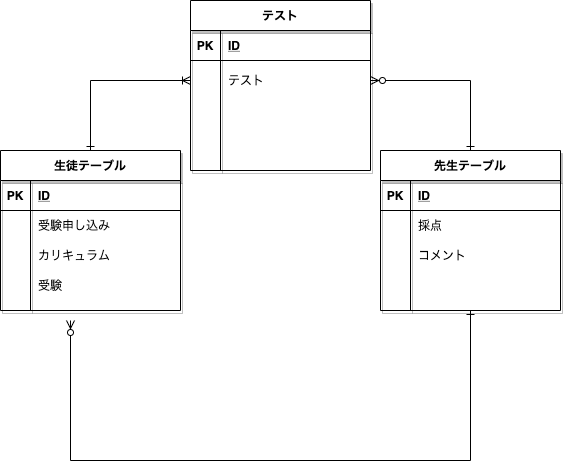
This is indesx.drawio.png from oninopantsu/diagrams.net, a draw.io export, as it was before one commit. Source tidied: cells renumbered, new cells last; positions are measured from the earlier drawing's top-left corner, leaving out a move shared by most shapes.
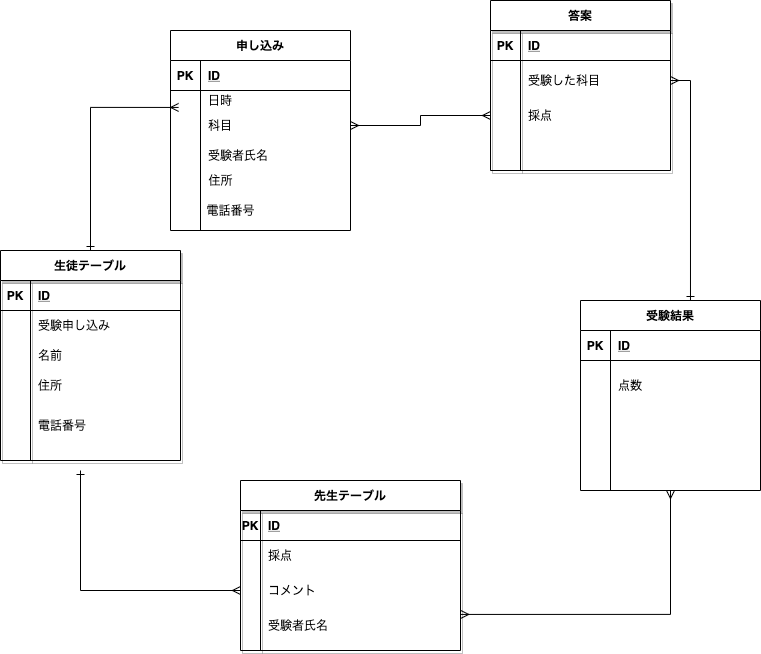
The same file after the commit.

What changed in the source:
```diff
@@ -2,59 +2,50 @@
   <root>
     <mxCell id="0" />
     <mxCell id="1" parent="0" />
-    <mxCell id="2" style="edgeStyle=orthogonalEdgeStyle;rounded=0;jettySize=auto;html=1;startArrow=ERone;startFill=0;endArrow=ERzeroToMany;endFill=1;" parent="1" edge="1" source="3">
-      <mxGeometry relative="1" as="geometry">
-        <mxPoint x="70" y="320" as="targetPoint" />
-        <Array as="points">
-          <mxPoint x="470" y="460" />
-          <mxPoint x="70" y="460" />
-        </Array>
-      </mxGeometry>
-    </mxCell>
     <mxCell id="3" value="先生テーブル" style="shape=table;startSize=30;rowLines=0;fontStyle=1;align=center;shadow=1;" parent="1" vertex="1">
-      <mxGeometry x="380" y="150" width="180" height="160" as="geometry" />
+      <mxGeometry x="200" y="460" width="220" height="170" as="geometry" />
     </mxCell>
     <mxCell id="4" style="shape=partialRectangle;fillColor=none;top=0;left=0;bottom=1;right=0;" parent="3" vertex="1">
-      <mxGeometry y="30" width="180" height="30" as="geometry" />
+      <mxGeometry y="30" width="220" height="30" as="geometry" />
     </mxCell>
     <mxCell id="5" value="PK" style="shape=partialRectangle;fillColor=none;top=0;left=0;bottom=0;right=0;fontStyle=1;overflow=hidden;" parent="4" vertex="1">
-      <mxGeometry width="30" height="30" as="geometry" />
+      <mxGeometry width="20" height="30" as="geometry" />
     </mxCell>
     <mxCell id="6" value="ID" style="shape=partialRectangle;fillColor=none;top=0;left=0;bottom=0;right=0;align=left;spacingLeft=6;fontStyle=5;overflow=hidden;" parent="4" vertex="1">
-      <mxGeometry x="30" width="150" height="30" as="geometry" />
+      <mxGeometry x="20" width="200" height="30" as="geometry" />
     </mxCell>
     <mxCell id="7" style="shape=partialRectangle;fillColor=none;top=0;left=0;bottom=0;right=0;" parent="3" vertex="1">
-      <mxGeometry y="60" width="180" height="30" as="geometry" />
+      <mxGeometry y="60" width="220" height="30" as="geometry" />
     </mxCell>
     <mxCell id="8" style="shape=partialRectangle;fillColor=none;top=0;left=0;bottom=0;right=0;overflow=hidden;" parent="7" vertex="1">
-      <mxGeometry width="30" height="30" as="geometry" />
+      <mxGeometry width="20" height="30" as="geometry" />
     </mxCell>
     <mxCell id="9" value="採点" style="shape=partialRectangle;fillColor=none;top=0;left=0;bottom=0;right=0;align=left;spacingLeft=6;overflow=hidden;" parent="7" vertex="1">
-      <mxGeometry x="30" width="150" height="30" as="geometry" />
+      <mxGeometry x="20" width="200" height="30" as="geometry" />
     </mxCell>
     <mxCell id="10" style="shape=partialRectangle;fillColor=none;top=0;left=0;bottom=0;right=0;points=[[0,0.5],[1,0.5]];portConstraint=eastwest;" parent="3" vertex="1">
-      <mxGeometry y="90" width="180" height="30" as="geometry" />
+      <mxGeometry y="90" width="220" height="40" as="geometry" />
     </mxCell>
     <mxCell id="11" style="shape=partialRectangle;fillColor=none;top=0;left=0;bottom=0;right=0;overflow=hidden;" parent="10" vertex="1">
-      <mxGeometry width="30" height="30" as="geometry" />
+      <mxGeometry width="20" height="40" as="geometry" />
     </mxCell>
     <mxCell id="12" value="コメント" style="shape=partialRectangle;fillColor=none;top=0;left=0;bottom=0;right=0;align=left;spacingLeft=6;overflow=hidden;" parent="10" vertex="1">
-      <mxGeometry x="30" width="150" height="30" as="geometry" />
+      <mxGeometry x="20" width="200" height="40" as="geometry" />
     </mxCell>
     <mxCell id="13" style="shape=partialRectangle;fillColor=none;top=0;left=0;bottom=0;right=0;points=[[0,0.5],[1,0.5]];portConstraint=eastwest;" parent="3" vertex="1">
-      <mxGeometry y="120" width="180" height="30" as="geometry" />
+      <mxGeometry y="130" width="220" height="30" as="geometry" />
     </mxCell>
     <mxCell id="14" style="shape=partialRectangle;fillColor=none;top=0;left=0;bottom=0;right=0;overflow=hidden;" parent="13" vertex="1">
-      <mxGeometry width="30" height="30" as="geometry" />
+      <mxGeometry width="20" height="30" as="geometry" />
     </mxCell>
-    <mxCell id="15" style="shape=partialRectangle;fillColor=none;top=0;left=0;bottom=0;right=0;align=left;spacingLeft=6;overflow=hidden;" parent="13" vertex="1">
-      <mxGeometry x="30" width="150" height="30" as="geometry" />
+    <mxCell id="15" value="受験者氏名" style="shape=partialRectangle;fillColor=none;top=0;left=0;bottom=0;right=0;align=left;spacingLeft=6;overflow=hidden;" parent="13" vertex="1">
+      <mxGeometry x="20" width="200" height="30" as="geometry" />
     </mxCell>
-    <mxCell id="16" style="edgeStyle=orthogonalEdgeStyle;rounded=0;jettySize=auto;html=1;entryX=0;entryY=0.5;entryDx=0;entryDy=0;startArrow=ERone;startFill=0;endArrow=ERoneToMany;endFill=0;" parent="1" edge="1" source="17" target="34">
-      <mxGeometry relative="1" as="geometry" />
-    </mxCell>
+    <mxCell id="44" style="edgeStyle=orthogonalEdgeStyle;rounded=0;jettySize=auto;html=1;entryX=0.045;entryY=-0.102;entryDx=0;entryDy=0;entryPerimeter=0;startArrow=ERone;startFill=0;endArrow=ERmany;endFill=0;" parent="1" edge="1" source="17" target="71">
+      <mxGeometry relative="1" as="geometry" />
+    </mxCell>
     <mxCell id="17" value="生徒テーブル" style="shape=table;startSize=30;rowLines=0;fontStyle=1;align=center;shadow=1;" parent="1" vertex="1">
-      <mxGeometry y="150" width="180" height="160" as="geometry" />
+      <mxGeometry x="-40" y="230" width="180" height="210" as="geometry" />
     </mxCell>
     <mxCell id="18" style="shape=partialRectangle;fillColor=none;top=0;left=0;bottom=1;right=0;" parent="17" vertex="1">
       <mxGeometry y="30" width="180" height="30" as="geometry" />
@@ -80,7 +71,7 @@
     <mxCell id="25" style="shape=partialRectangle;fillColor=none;top=0;left=0;bottom=0;right=0;overflow=hidden;" parent="24" vertex="1">
       <mxGeometry width="30" height="30" as="geometry" />
     </mxCell>
-    <mxCell id="26" value="カリキュラム" style="shape=partialRectangle;fillColor=none;top=0;left=0;bottom=0;right=0;align=left;spacingLeft=6;overflow=hidden;" parent="24" vertex="1">
+    <mxCell id="26" value="名前" style="shape=partialRectangle;fillColor=none;top=0;left=0;bottom=0;right=0;align=left;spacingLeft=6;overflow=hidden;" parent="24" vertex="1">
       <mxGeometry x="30" width="150" height="30" as="geometry" />
     </mxCell>
     <mxCell id="27" style="shape=partialRectangle;fillColor=none;top=0;left=0;bottom=0;right=0;" parent="17" vertex="1">
@@ -89,11 +80,11 @@
     <mxCell id="28" style="shape=partialRectangle;fillColor=none;top=0;left=0;bottom=0;right=0;overflow=hidden;" parent="27" vertex="1">
       <mxGeometry width="30" height="30" as="geometry" />
     </mxCell>
-    <mxCell id="29" value="受験" style="shape=partialRectangle;fillColor=none;top=0;left=0;bottom=0;right=0;align=left;spacingLeft=6;overflow=hidden;" parent="27" vertex="1">
+    <mxCell id="29" value="住所" style="shape=partialRectangle;fillColor=none;top=0;left=0;bottom=0;right=0;align=left;spacingLeft=6;overflow=hidden;" parent="27" vertex="1">
       <mxGeometry x="30" width="150" height="30" as="geometry" />
     </mxCell>
-    <mxCell id="30" value="テスト" style="shape=table;startSize=30;rowLines=0;fontStyle=1;align=center;shadow=1;" parent="1" vertex="1">
-      <mxGeometry x="190" width="180" height="170" as="geometry" />
+    <mxCell id="30" value="答案" style="shape=table;startSize=30;rowLines=0;fontStyle=1;align=center;shadow=1;" parent="1" vertex="1">
+      <mxGeometry x="450" y="-20" width="180" height="170" as="geometry" />
     </mxCell>
     <mxCell id="31" style="shape=partialRectangle;fillColor=none;top=0;left=0;bottom=1;right=0;" parent="30" vertex="1">
       <mxGeometry y="30" width="180" height="30" as="geometry" />
@@ -110,7 +101,7 @@
     <mxCell id="35" style="shape=partialRectangle;fillColor=none;top=0;left=0;bottom=0;right=0;overflow=hidden;" parent="34" vertex="1">
       <mxGeometry width="30" height="40" as="geometry" />
     </mxCell>
-    <mxCell id="36" value="テスト" style="shape=partialRectangle;fillColor=none;top=0;left=0;bottom=0;right=0;align=left;spacingLeft=6;overflow=hidden;" parent="34" vertex="1">
+    <mxCell id="36" value="受験した科目" style="shape=partialRectangle;fillColor=none;top=0;left=0;bottom=0;right=0;align=left;spacingLeft=6;overflow=hidden;" parent="34" vertex="1">
       <mxGeometry x="30" width="150" height="40" as="geometry" />
     </mxCell>
     <mxCell id="37" style="shape=partialRectangle;fillColor=none;top=0;left=0;bottom=0;right=0;points=[[0,0.5],[1,0.5]];portConstraint=eastwest;" parent="30" vertex="1">
@@ -119,7 +110,7 @@
     <mxCell id="38" style="shape=partialRectangle;fillColor=none;top=0;left=0;bottom=0;right=0;overflow=hidden;" parent="37" vertex="1">
       <mxGeometry width="30" height="30" as="geometry" />
     </mxCell>
-    <mxCell id="39" style="shape=partialRectangle;fillColor=none;top=0;left=0;bottom=0;right=0;align=left;spacingLeft=6;overflow=hidden;" parent="37" vertex="1">
+    <mxCell id="39" value="採点" style="shape=partialRectangle;fillColor=none;top=0;left=0;bottom=0;right=0;align=left;spacingLeft=6;overflow=hidden;" parent="37" vertex="1">
       <mxGeometry x="30" width="150" height="30" as="geometry" />
     </mxCell>
     <mxCell id="40" style="shape=partialRectangle;fillColor=none;top=0;left=0;bottom=0;right=0;" parent="30" vertex="1">
@@ -131,8 +122,115 @@
     <mxCell id="42" style="shape=partialRectangle;fillColor=none;top=0;left=0;bottom=0;right=0;align=left;spacingLeft=6;overflow=hidden;" parent="40" vertex="1">
       <mxGeometry x="30" width="150" height="30" as="geometry" />
     </mxCell>
-    <mxCell id="43" style="edgeStyle=orthogonalEdgeStyle;rounded=0;jettySize=auto;html=1;exitX=1;exitY=0.5;exitDx=0;exitDy=0;startArrow=ERzeroToMany;startFill=1;endArrow=ERone;endFill=0;" parent="1" edge="1" source="34" target="3">
-      <mxGeometry relative="1" as="geometry" />
-    </mxCell>
+    <mxCell id="45" style="edgeStyle=orthogonalEdgeStyle;rounded=0;jettySize=auto;html=1;entryX=1.001;entryY=0.131;entryDx=0;entryDy=0;entryPerimeter=0;startArrow=ERmany;startFill=0;endArrow=ERmany;endFill=0;" parent="1" edge="1" source="46" target="13">
+      <mxGeometry relative="1" as="geometry" />
+    </mxCell>
+    <mxCell id="46" value="受験結果" style="shape=table;startSize=30;rowLines=0;fontStyle=1;align=center;" parent="1" vertex="1">
+      <mxGeometry x="540" y="280" width="180" height="190" as="geometry" />
+    </mxCell>
+    <mxCell id="47" style="shape=partialRectangle;fillColor=none;top=0;left=0;bottom=1;right=0;" parent="46" vertex="1">
+      <mxGeometry y="30" width="180" height="30" as="geometry" />
+    </mxCell>
+    <mxCell id="48" value="PK" style="shape=partialRectangle;fillColor=none;top=0;left=0;bottom=0;right=0;fontStyle=1;overflow=hidden;" parent="47" vertex="1">
+      <mxGeometry width="30" height="30" as="geometry" />
+    </mxCell>
+    <mxCell id="49" value="ID" style="shape=partialRectangle;fillColor=none;top=0;left=0;bottom=0;right=0;align=left;spacingLeft=6;fontStyle=5;overflow=hidden;" parent="47" vertex="1">
+      <mxGeometry x="30" width="150" height="30" as="geometry" />
+    </mxCell>
+    <mxCell id="50" style="shape=partialRectangle;fillColor=none;top=0;left=0;bottom=0;right=0;" parent="46" vertex="1">
+      <mxGeometry y="60" width="180" height="50" as="geometry" />
+    </mxCell>
+    <mxCell id="51" style="shape=partialRectangle;fillColor=none;top=0;left=0;bottom=0;right=0;overflow=hidden;" parent="50" vertex="1">
+      <mxGeometry width="30" height="50" as="geometry" />
+    </mxCell>
+    <mxCell id="52" value="点数" style="shape=partialRectangle;fillColor=none;top=0;left=0;bottom=0;right=0;align=left;spacingLeft=6;overflow=hidden;" parent="50" vertex="1">
+      <mxGeometry x="30" width="150" height="50" as="geometry" />
+    </mxCell>
+    <mxCell id="53" style="shape=partialRectangle;fillColor=none;top=0;left=0;bottom=0;right=0;" parent="46" vertex="1">
+      <mxGeometry y="110" width="180" height="30" as="geometry" />
+    </mxCell>
+    <mxCell id="54" style="shape=partialRectangle;fillColor=none;top=0;left=0;bottom=0;right=0;overflow=hidden;" parent="53" vertex="1">
+      <mxGeometry width="30" height="30" as="geometry" />
+    </mxCell>
+    <mxCell id="55" style="shape=partialRectangle;fillColor=none;top=0;left=0;bottom=0;right=0;align=left;spacingLeft=6;overflow=hidden;" parent="53" vertex="1">
+      <mxGeometry x="30" width="150" height="30" as="geometry" />
+    </mxCell>
+    <mxCell id="56" style="shape=partialRectangle;fillColor=none;top=0;left=0;bottom=0;right=0;" parent="46" vertex="1">
+      <mxGeometry y="140" width="180" height="30" as="geometry" />
+    </mxCell>
+    <mxCell id="57" style="shape=partialRectangle;fillColor=none;top=0;left=0;bottom=0;right=0;overflow=hidden;" parent="56" vertex="1">
+      <mxGeometry width="30" height="30" as="geometry" />
+    </mxCell>
+    <mxCell id="58" style="shape=partialRectangle;fillColor=none;top=0;left=0;bottom=0;right=0;align=left;spacingLeft=6;overflow=hidden;" parent="56" vertex="1">
+      <mxGeometry x="30" width="150" height="30" as="geometry" />
+    </mxCell>
+    <mxCell id="59" style="shape=partialRectangle;fillColor=none;top=0;left=0;bottom=0;right=0;" parent="46" vertex="1">
+      <mxGeometry y="170" width="180" height="20" as="geometry" />
+    </mxCell>
+    <mxCell id="60" style="shape=partialRectangle;fillColor=none;top=0;left=0;bottom=0;right=0;overflow=hidden;" parent="59" vertex="1">
+      <mxGeometry width="30" height="20" as="geometry" />
+    </mxCell>
+    <mxCell id="61" style="shape=partialRectangle;fillColor=none;top=0;left=0;bottom=0;right=0;align=left;spacingLeft=6;overflow=hidden;" parent="59" vertex="1">
+      <mxGeometry x="30" width="150" height="20" as="geometry" />
+    </mxCell>
+    <mxCell id="62" value="電話番号" style="shape=partialRectangle;fillColor=none;top=0;left=0;bottom=0;right=0;align=left;spacingLeft=6;overflow=hidden;" parent="1" vertex="1">
+      <mxGeometry x="-10" y="390" width="150" height="30" as="geometry" />
+    </mxCell>
+    <mxCell id="63" style="edgeStyle=orthogonalEdgeStyle;rounded=0;jettySize=auto;html=1;entryX=0.611;entryY=0;entryDx=0;entryDy=0;entryPerimeter=0;startArrow=ERmany;startFill=0;endArrow=ERone;endFill=0;" parent="1" edge="1" source="34" target="46">
+      <mxGeometry relative="1" as="geometry" />
+    </mxCell>
+    <mxCell id="64" value="申し込み" style="shape=table;startSize=30;rowLines=0;fontStyle=1;align=center;" parent="1" vertex="1">
+      <mxGeometry x="130" y="10" width="180" height="200" as="geometry" />
+    </mxCell>
+    <mxCell id="65" style="shape=partialRectangle;fillColor=none;top=0;left=0;bottom=1;right=0;" parent="64" vertex="1">
+      <mxGeometry y="30" width="180" height="30" as="geometry" />
+    </mxCell>
+    <mxCell id="66" value="PK" style="shape=partialRectangle;fillColor=none;top=0;left=0;bottom=0;right=0;fontStyle=1;overflow=hidden;" parent="65" vertex="1">
+      <mxGeometry width="30" height="30" as="geometry" />
+    </mxCell>
+    <mxCell id="67" value="ID" style="shape=partialRectangle;fillColor=none;top=0;left=0;bottom=0;right=0;align=left;spacingLeft=6;fontStyle=5;overflow=hidden;" parent="65" vertex="1">
+      <mxGeometry x="30" width="150" height="30" as="geometry" />
+    </mxCell>
+    <mxCell id="68" style="shape=partialRectangle;fillColor=none;top=0;left=0;bottom=0;right=0;" parent="64" vertex="1">
+      <mxGeometry y="60" width="180" height="20" as="geometry" />
+    </mxCell>
+    <mxCell id="69" style="shape=partialRectangle;fillColor=none;top=0;left=0;bottom=0;right=0;overflow=hidden;" parent="68" vertex="1">
+      <mxGeometry width="30" height="20" as="geometry" />
+    </mxCell>
+    <mxCell id="70" value="日時" style="shape=partialRectangle;fillColor=none;top=0;left=0;bottom=0;right=0;align=left;spacingLeft=6;overflow=hidden;" parent="68" vertex="1">
+      <mxGeometry x="30" width="150" height="20" as="geometry" />
+    </mxCell>
+    <mxCell id="71" style="shape=partialRectangle;fillColor=none;top=0;left=0;bottom=0;right=0;points=[[0,0.5],[1,0.5]];portConstraint=eastwest;" parent="64" vertex="1">
+      <mxGeometry y="80" width="180" height="30" as="geometry" />
+    </mxCell>
+    <mxCell id="72" style="shape=partialRectangle;fillColor=none;top=0;left=0;bottom=0;right=0;overflow=hidden;" parent="71" vertex="1">
+      <mxGeometry width="30" height="30" as="geometry" />
+    </mxCell>
+    <mxCell id="73" value="科目" style="shape=partialRectangle;fillColor=none;top=0;left=0;bottom=0;right=0;align=left;spacingLeft=6;overflow=hidden;" parent="71" vertex="1">
+      <mxGeometry x="30" width="150" height="30" as="geometry" />
+    </mxCell>
+    <mxCell id="74" style="shape=partialRectangle;fillColor=none;top=0;left=0;bottom=0;right=0;" parent="64" vertex="1">
+      <mxGeometry y="110" width="180" height="30" as="geometry" />
+    </mxCell>
+    <mxCell id="75" style="shape=partialRectangle;fillColor=none;top=0;left=0;bottom=0;right=0;overflow=hidden;" parent="74" vertex="1">
+      <mxGeometry width="30" height="30" as="geometry" />
+    </mxCell>
+    <mxCell id="76" value="受験者氏名" style="shape=partialRectangle;fillColor=none;top=0;left=0;bottom=0;right=0;align=left;spacingLeft=6;overflow=hidden;" parent="74" vertex="1">
+      <mxGeometry x="30" width="150" height="30" as="geometry" />
+    </mxCell>
+    <mxCell id="77" style="edgeStyle=orthogonalEdgeStyle;rounded=0;jettySize=auto;html=1;entryX=0;entryY=0.5;entryDx=0;entryDy=0;startArrow=ERmany;startFill=0;endArrow=ERmany;endFill=0;" parent="1" edge="1" source="71" target="37">
+      <mxGeometry relative="1" as="geometry" />
+    </mxCell>
+    <mxCell id="78" style="edgeStyle=orthogonalEdgeStyle;rounded=0;jettySize=auto;html=1;startArrow=ERmany;startFill=0;endArrow=ERone;endFill=0;" parent="1" edge="1" source="10">
+      <mxGeometry relative="1" as="geometry">
+        <mxPoint x="40" y="450" as="targetPoint" />
+      </mxGeometry>
+    </mxCell>
+    <mxCell id="79" value="住所" style="text;html=1;align=center;verticalAlign=middle;" parent="1" vertex="1">
+      <mxGeometry x="160" y="150" width="40" height="20" as="geometry" />
+    </mxCell>
+    <mxCell id="80" value="電話番号" style="text;html=1;align=center;verticalAlign=middle;" parent="1" vertex="1">
+      <mxGeometry x="160" y="180" width="60" height="20" as="geometry" />
+    </mxCell>
   </root>
 </mxGraphModel>
```
